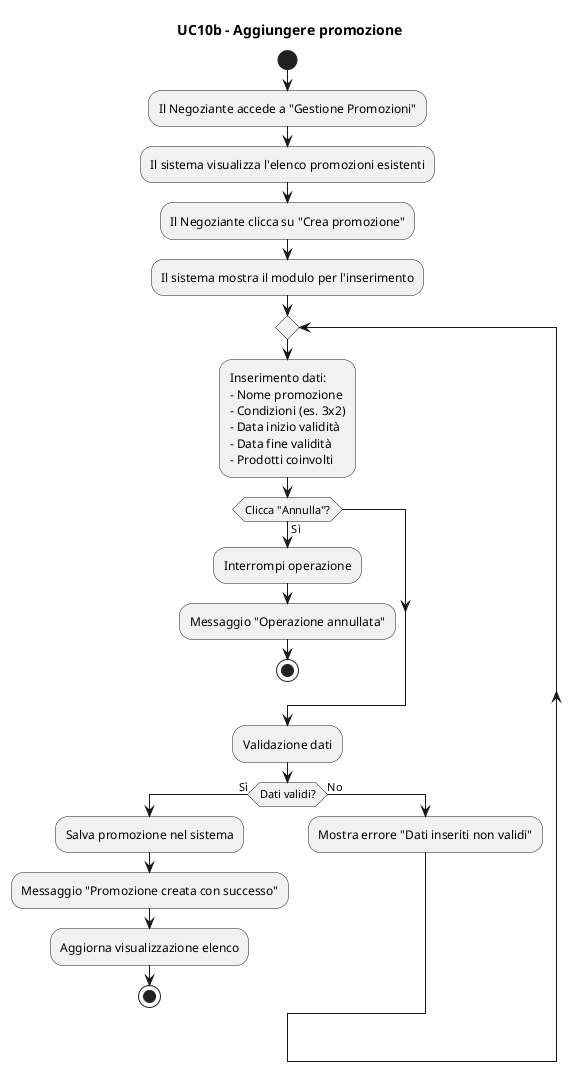
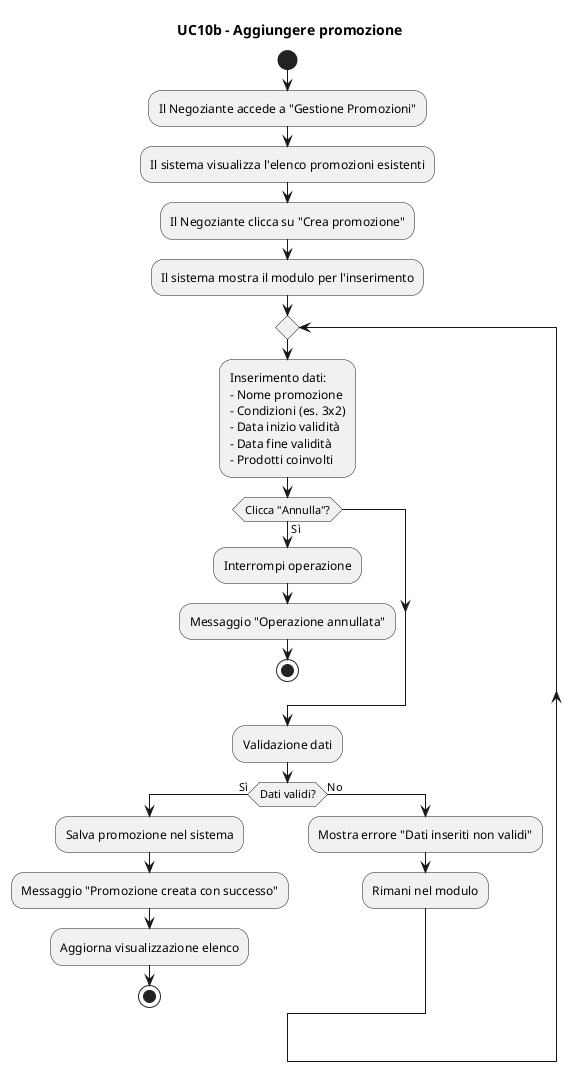
@startuml
title UC10b - Aggiungere promozione
start

:Il Negoziante accede a "Gestione Promozioni";
:Il sistema visualizza l'elenco promozioni esistenti;
:Il Negoziante clicca su "Crea promozione";
:Il sistema mostra il modulo per l'inserimento;

repeat
  :Inserimento dati:
  - Nome promozione
  - Condizioni (es. 3x2)
  - Data inizio validità
  - Data fine validità
  - Prodotti coinvolti;

  if (Clicca "Annulla"?) then (Sì)
    :Interrompi operazione;
    :Messaggio "Operazione annullata";
    stop
  endif

  :Validazione dati;

  if (Dati validi?) then (Sì)
    :Salva promozione nel sistema;
    :Messaggio "Promozione creata con successo";
    :Aggiorna visualizzazione elenco;
    stop
  else (No)
    :Mostra errore "Dati inseriti non validi";
+     :Rimani nel modulo;
  endif
@enduml